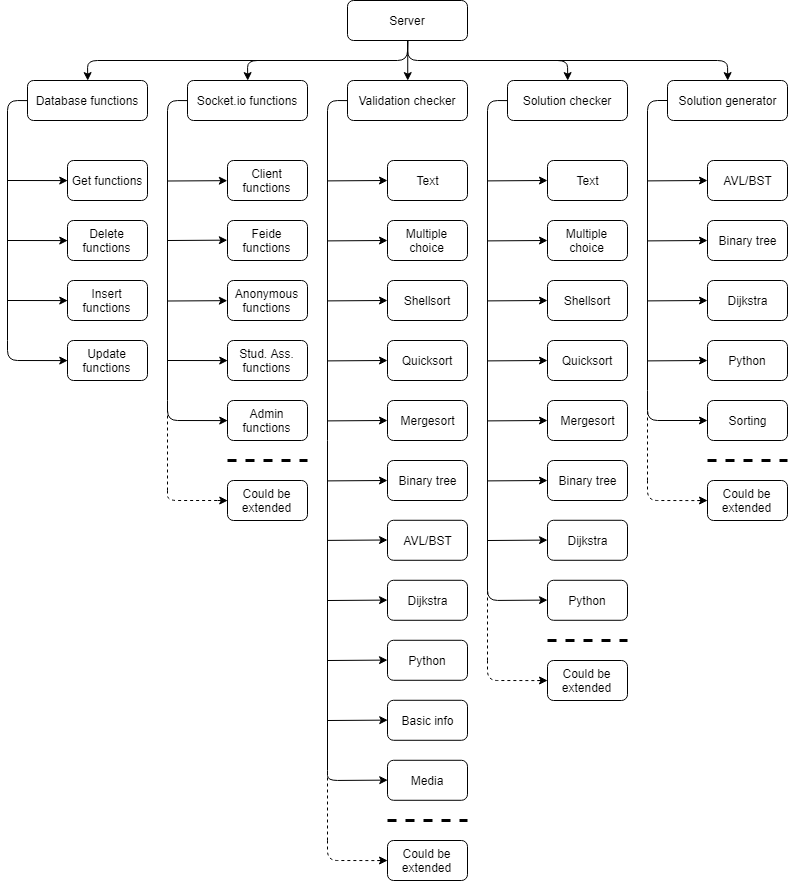
ChristofferHolmesland/InteraktivUndervisning keeps this draw.io diagram as Rapport/bilder/diagrammer/serverStructure.png. Above is the earlier version. Source tidied: cells renumbered, new cells last; positions are measured from the earlier drawing's top-left corner, leaving out a move shared by most shapes.
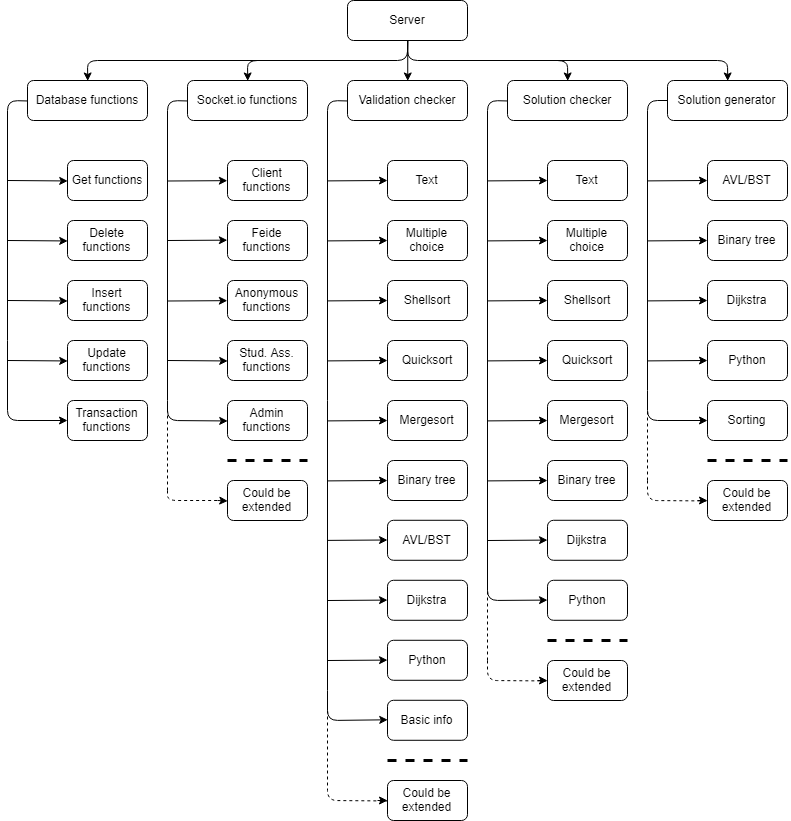
After the commit.

Commit message:
Fixed outdated structure

Diff of the diagram source:
```diff
@@ -40,11 +40,12 @@
         </Array>
       </mxGeometry>
     </mxCell>
-    <mxCell id="13" style="endArrow=classic;html=1;entryX=0;entryY=0.5;entryDx=0;entryDy=0;" parent="1" edge="1" target="11">
+    <mxCell id="13" style="endArrow=classic;html=1;" parent="1" edge="1">
       <mxGeometry relative="1" as="geometry">
         <mxPoint y="340" as="sourcePoint" />
+        <mxPoint x="60" y="420" as="targetPoint" />
         <Array as="points">
-          <mxPoint y="360" />
+          <mxPoint y="420" />
         </Array>
       </mxGeometry>
     </mxCell>
@@ -176,30 +177,6 @@
     <mxCell id="42" value="Basic info&lt;br&gt;" style="rounded=1;whiteSpace=wrap;html=1;" parent="1" vertex="1">
       <mxGeometry x="380" y="699.8" width="80" height="40" as="geometry" />
     </mxCell>
-    <mxCell id="43" value="Media" style="rounded=1;whiteSpace=wrap;html=1;" parent="1" vertex="1">
-      <mxGeometry x="380" y="759.8" width="80" height="40" as="geometry" />
-    </mxCell>
-    <mxCell id="44" style="endArrow=none;html=1;strokeWidth=1;entryX=0;entryY=0.5;entryDx=0;entryDy=0;" parent="1" edge="1" target="5">
-      <mxGeometry relative="1" as="geometry">
-        <mxPoint x="320" y="770" as="sourcePoint" />
-        <Array as="points">
-          <mxPoint x="320" y="100" />
-        </Array>
-      </mxGeometry>
-    </mxCell>
-    <mxCell id="45" style="endArrow=classic;html=1;strokeWidth=1;entryX=0;entryY=0.5;entryDx=0;entryDy=0;" parent="1" edge="1" target="43">
-      <mxGeometry relative="1" as="geometry">
-        <mxPoint x="320" y="770" as="sourcePoint" />
-        <Array as="points">
-          <mxPoint x="320" y="780" />
-        </Array>
-      </mxGeometry>
-    </mxCell>
-    <mxCell id="46" style="endArrow=classic;html=1;strokeWidth=1;entryX=0;entryY=0.5;entryDx=0;entryDy=0;" parent="1" edge="1" target="42">
-      <mxGeometry relative="1" as="geometry">
-        <mxPoint x="320" y="720" as="sourcePoint" />
-      </mxGeometry>
-    </mxCell>
     <mxCell id="47" style="endArrow=classic;html=1;strokeWidth=1;entryX=0;entryY=0.5;entryDx=0;entryDy=0;" parent="1" edge="1">
       <mxGeometry relative="1" as="geometry">
         <mxPoint x="320" y="660" as="sourcePoint" />
@@ -256,31 +233,25 @@
     </mxCell>
     <mxCell id="56" style="endArrow=none;dashed=1;html=1;strokeWidth=3;" parent="1" edge="1">
       <mxGeometry relative="1" as="geometry">
-        <mxPoint x="380" y="820" as="sourcePoint" />
-        <mxPoint x="460" y="820" as="targetPoint" />
+        <mxPoint x="380" y="760" as="sourcePoint" />
+        <mxPoint x="460" y="760" as="targetPoint" />
       </mxGeometry>
     </mxCell>
-    <mxCell id="57" style="endArrow=none;dashed=1;html=1;strokeWidth=1;" parent="1" edge="1">
-      <mxGeometry relative="1" as="geometry">
-        <mxPoint x="320" y="840" as="sourcePoint" />
-        <mxPoint x="320" y="770" as="targetPoint" />
-      </mxGeometry>
-    </mxCell>
     <mxCell id="58" value="Could be extended" style="rounded=1;whiteSpace=wrap;html=1;" parent="1" vertex="1">
-      <mxGeometry x="380" y="840" width="80" height="40" as="geometry" />
+      <mxGeometry x="380" y="780" width="80" height="40" as="geometry" />
     </mxCell>
     <mxCell id="59" style="endArrow=none;dashed=1;html=1;strokeWidth=1;entryX=0;entryY=0.5;entryDx=0;entryDy=0;" parent="1" edge="1" target="58">
       <mxGeometry relative="1" as="geometry">
-        <mxPoint x="320" y="840" as="sourcePoint" />
+        <mxPoint x="320" y="710" as="sourcePoint" />
         <Array as="points">
-          <mxPoint x="320" y="860" />
+          <mxPoint x="320" y="800" />
         </Array>
       </mxGeometry>
     </mxCell>
     <mxCell id="60" style="endArrow=classic;html=1;strokeWidth=1;" parent="1" edge="1">
       <mxGeometry relative="1" as="geometry">
-        <mxPoint x="370" y="860" as="sourcePoint" />
-        <mxPoint x="380" y="860" as="targetPoint" />
+        <mxPoint x="370" y="800" as="sourcePoint" />
+        <mxPoint x="380" y="800" as="targetPoint" />
       </mxGeometry>
     </mxCell>
     <mxCell id="61" value="Text" style="rounded=1;whiteSpace=wrap;html=1;" parent="1" vertex="1">
@@ -516,5 +487,29 @@
         </Array>
       </mxGeometry>
     </mxCell>
+    <mxCell id="104" value="Transaction functions" style="rounded=1;whiteSpace=wrap;html=1;" parent="1" vertex="1">
+      <mxGeometry x="60" y="400" width="80" height="40" as="geometry" />
+    </mxCell>
+    <mxCell id="105" style="endArrow=classic;html=1;entryX=0;entryY=0.5;entryDx=0;entryDy=0;" parent="1" edge="1" target="11">
+      <mxGeometry relative="1" as="geometry">
+        <mxPoint y="360" as="sourcePoint" />
+      </mxGeometry>
+    </mxCell>
+    <mxCell id="106" style="endArrow=classic;html=1;entryX=0;entryY=0.5;entryDx=0;entryDy=0;" parent="1" edge="1" target="42">
+      <mxGeometry relative="1" as="geometry">
+        <mxPoint x="320" y="690" as="sourcePoint" />
+        <Array as="points">
+          <mxPoint x="320" y="720" />
+        </Array>
+      </mxGeometry>
+    </mxCell>
+    <mxCell id="107" style="endArrow=none;html=1;entryX=0;entryY=0.5;entryDx=0;entryDy=0;" parent="1" edge="1" target="5">
+      <mxGeometry relative="1" as="geometry">
+        <mxPoint x="320" y="690" as="sourcePoint" />
+        <Array as="points">
+          <mxPoint x="320" y="100" />
+        </Array>
+      </mxGeometry>
+    </mxCell>
   </root>
 </mxGraphModel>
```
